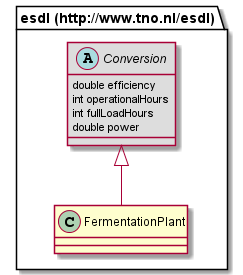
This is 687474703a2f2f7777772e746e6f2e6e6c2f6573646c/FermentationPlant.png from EnergyTransition/energytransition.github.io, a PlantUML export, as it was before one commit. Its diagram source:
```plantuml
@startuml
class "esdl (http://www.tno.nl/esdl).FermentationPlant" [[#router/doc-content/687474703a2f2f7777772e746e6f2e6e6c2f6573646c/FermentationPlant.html{Defines a plant fuelled by biomass}]] {
}
abstract class "esdl (http://www.tno.nl/esdl).Conversion" [[#router/doc-content/687474703a2f2f7777772e746e6f2e6e6c2f6573646c/Conversion.html{An abstract class that describes EnergyAssets that can convert one energy carrier into another. }]] #DDDDDD {
	double efficiency
	int operationalHours
	int fullLoadHours
	double power
}
"esdl (http://www.tno.nl/esdl).Conversion" <|-- "esdl (http://www.tno.nl/esdl).FermentationPlant"
@enduml
```
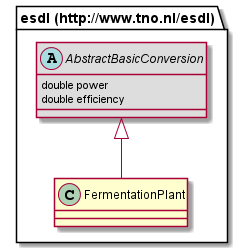
Later version of the same file.

Diff of the diagram source:
```diff
@@ -1,11 +1,9 @@
 @startuml
 class "esdl (http://www.tno.nl/esdl).FermentationPlant" [[#router/doc-content/687474703a2f2f7777772e746e6f2e6e6c2f6573646c/FermentationPlant.html{Defines a plant fuelled by biomass}]] {
 }
-abstract class "esdl (http://www.tno.nl/esdl).Conversion" [[#router/doc-content/687474703a2f2f7777772e746e6f2e6e6c2f6573646c/Conversion.html{An abstract class that describes EnergyAssets that can convert one energy carrier into another. }]] #DDDDDD {
+abstract class "esdl (http://www.tno.nl/esdl).AbstractBasicConversion" [[#router/doc-content/687474703a2f2f7777772e746e6f2e6e6c2f6573646c/AbstractBasicConversion.html{Abstract class for all simple conversion assets that have a power and an efficiency attribute}]] #DDDDDD {
+	double power
 	double efficiency
-	int operationalHours
-	int fullLoadHours
-	double power
 }
-"esdl (http://www.tno.nl/esdl).Conversion" <|-- "esdl (http://www.tno.nl/esdl).FermentationPlant"
+"esdl (http://www.tno.nl/esdl).AbstractBasicConversion" <|-- "esdl (http://www.tno.nl/esdl).FermentationPlant"
 @enduml
```
